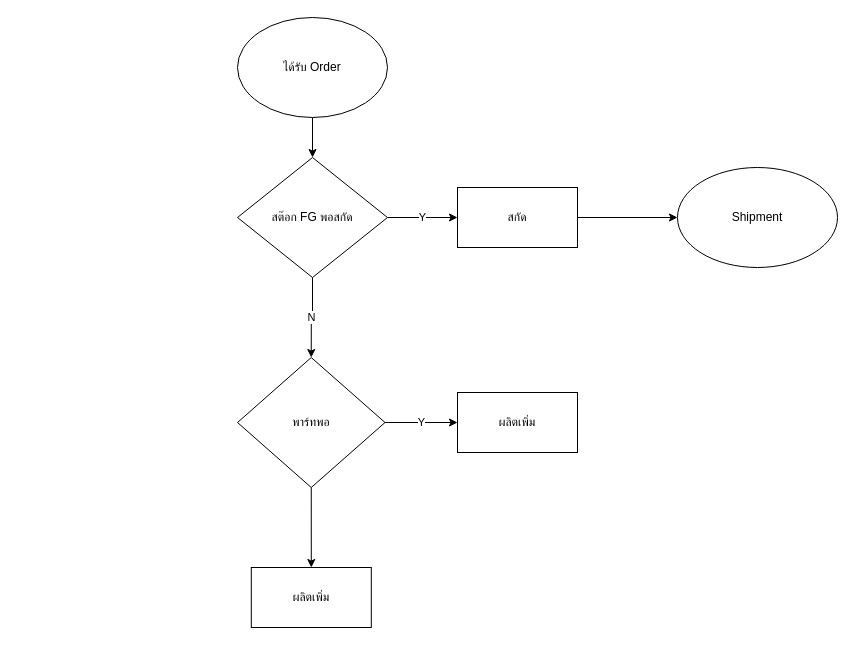
Above: ProductionControl.drawio in kittikhb/TestGit (draw.io), before the change. Source tidied: cells renumbered, new cells numbered last; positions are measured from the earlier drawing's top-left corner, leaving out a move shared by most shapes. Both pictures are drawn from the tidied source at 100%, with x=0, y=0 at pixel (237, 17).
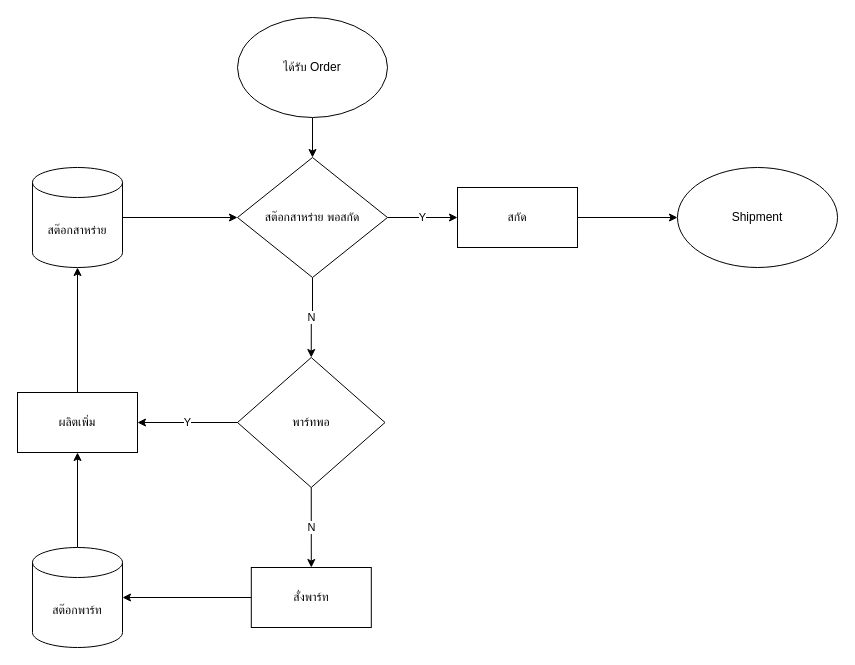
The same page after the edit.

The change refers to these unchanged cells:
```xml
<mxCell id="10" value="พาร์ทพอ" style="rhombus;whiteSpace=wrap;html=1;" parent="1" vertex="1">
  <mxGeometry y="340" width="147.5" height="130" as="geometry" />
</mxCell>
```

What changed in the source:
```diff
@@
-    <mxCell id="6" value="สต๊อก FG พอสกัด" style="rhombus;whiteSpace=wrap;html=1;" parent="1" vertex="1">
+    <mxCell id="6" value="สต๊อกสาหร่าย พอสกัด" style="rhombus;whiteSpace=wrap;html=1;" parent="1" vertex="1">
       <mxGeometry y="140" width="150" height="120" as="geometry" />
     </mxCell>
@@
+    <mxCell id="15" style="edgeStyle=orthogonalEdgeStyle;rounded=0;jettySize=auto;html=1;" parent="1" edge="1" source="11" target="20">
+      <mxGeometry relative="1" as="geometry" />
+    </mxCell>
     <mxCell id="11" value="ผลิตเพิ่ม" style="rounded=0;whiteSpace=wrap;html=1;" parent="1" vertex="1">
-      <mxGeometry x="220" y="375" width="120" height="60" as="geometry" />
+      <mxGeometry x="-220" y="375" width="120" height="60" as="geometry" />
     </mxCell>
-    <mxCell id="12" value="Y" style="endArrow=classic;html=1;rounded=0;exitX=1;exitY=0.5;exitDx=0;exitDy=0;" parent="1" edge="1" source="10" target="11">
+    <mxCell id="12" value="Y" style="endArrow=classic;html=1;rounded=0;exitX=0;exitY=0.5;exitDx=0;exitDy=0;" parent="1" edge="1" source="10" target="11">
       <mxGeometry relative="1" as="geometry" />
     </mxCell>
-    <mxCell id="13" style="endArrow=classic;html=1;rounded=0;exitX=0.5;exitY=1;exitDx=0;exitDy=0;entryX=0.5;entryY=0;entryDx=0;entryDy=0;" parent="1" edge="1" source="10" target="14">
+    <mxCell id="13" value="N" style="endArrow=classic;html=1;rounded=0;exitX=0.5;exitY=1;exitDx=0;exitDy=0;entryX=0.5;entryY=0;entryDx=0;entryDy=0;" parent="1" edge="1" source="10" target="14">
       <mxGeometry relative="1" as="geometry" />
     </mxCell>
+    <mxCell id="16" style="edgeStyle=orthogonalEdgeStyle;rounded=0;jettySize=auto;html=1;" parent="1" edge="1" source="14" target="18">
+      <mxGeometry relative="1" as="geometry" />
+    </mxCell>
-    <mxCell id="14" value="ผลิตเพิ่ม" style="rounded=0;whiteSpace=wrap;html=1;" parent="1" vertex="1">
+    <mxCell id="14" value="สั่งพาร์ท" style="rounded=0;whiteSpace=wrap;html=1;" parent="1" vertex="1">
       <mxGeometry x="13.8" y="550" width="120" height="60" as="geometry" />
     </mxCell>
+    <mxCell id="17" style="edgeStyle=orthogonalEdgeStyle;rounded=0;jettySize=auto;html=1;" parent="1" edge="1" source="18" target="11">
+      <mxGeometry relative="1" as="geometry" />
+    </mxCell>
+    <mxCell id="18" value="สต๊อกพาร์ท" style="shape=cylinder3;whiteSpace=wrap;html=1;boundedLbl=1;backgroundOutline=1;size=15;" parent="1" vertex="1">
+      <mxGeometry x="-205" y="530" width="90" height="100" as="geometry" />
+    </mxCell>
+    <mxCell id="19" style="edgeStyle=orthogonalEdgeStyle;rounded=0;jettySize=auto;html=1;" parent="1" edge="1" source="20" target="6">
+      <mxGeometry relative="1" as="geometry" />
+    </mxCell>
+    <mxCell id="20" value="สต๊อกสาหร่าย" style="shape=cylinder3;whiteSpace=wrap;html=1;boundedLbl=1;backgroundOutline=1;size=15;" parent="1" vertex="1">
+      <mxGeometry x="-205" y="150" width="90" height="100" as="geometry" />
+    </mxCell>
```
